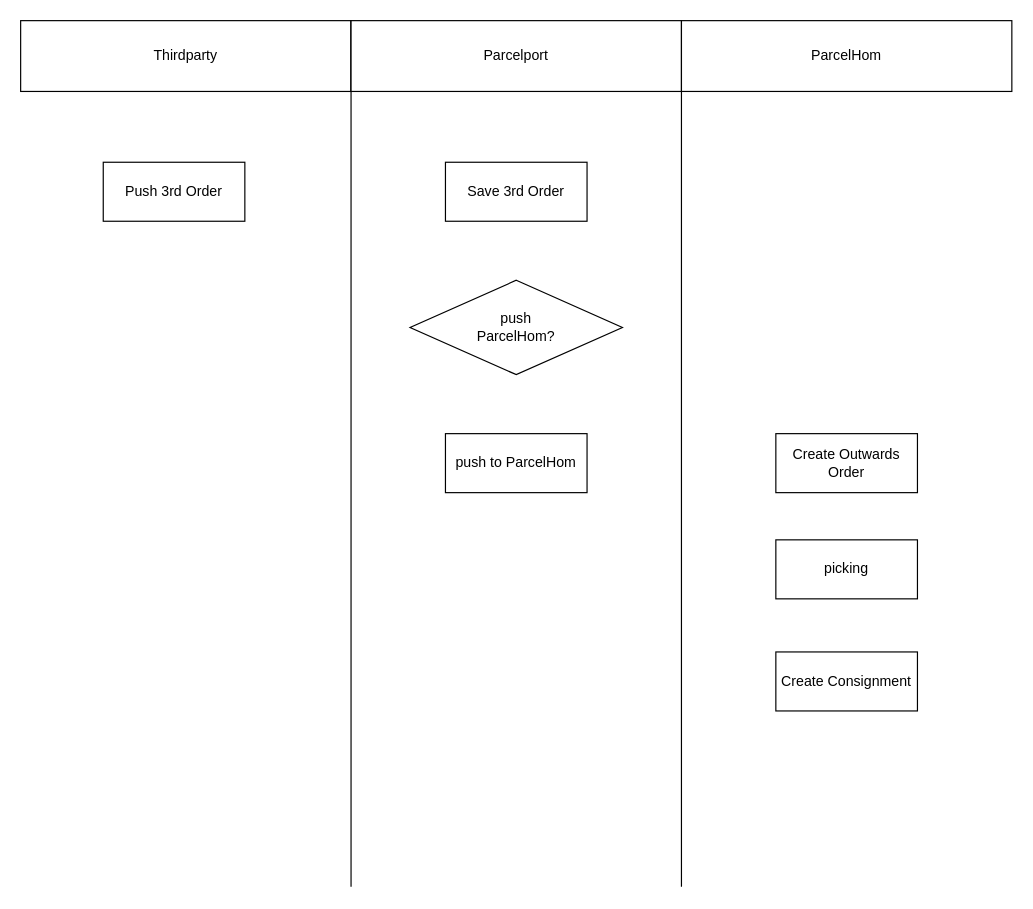
Kevin-Huang-NZ/notes keeps this draw.io diagram as draw.io/parcelhom-parcelport.drawio. Above is the earlier version. Source tidied: cells renumbered, new cells numbered last; positions are measured from the earlier drawing's top-left corner, leaving out a move shared by most shapes. Both pictures are drawn from the tidied source at 118%, with x=0, y=0 at pixel (20, 20).
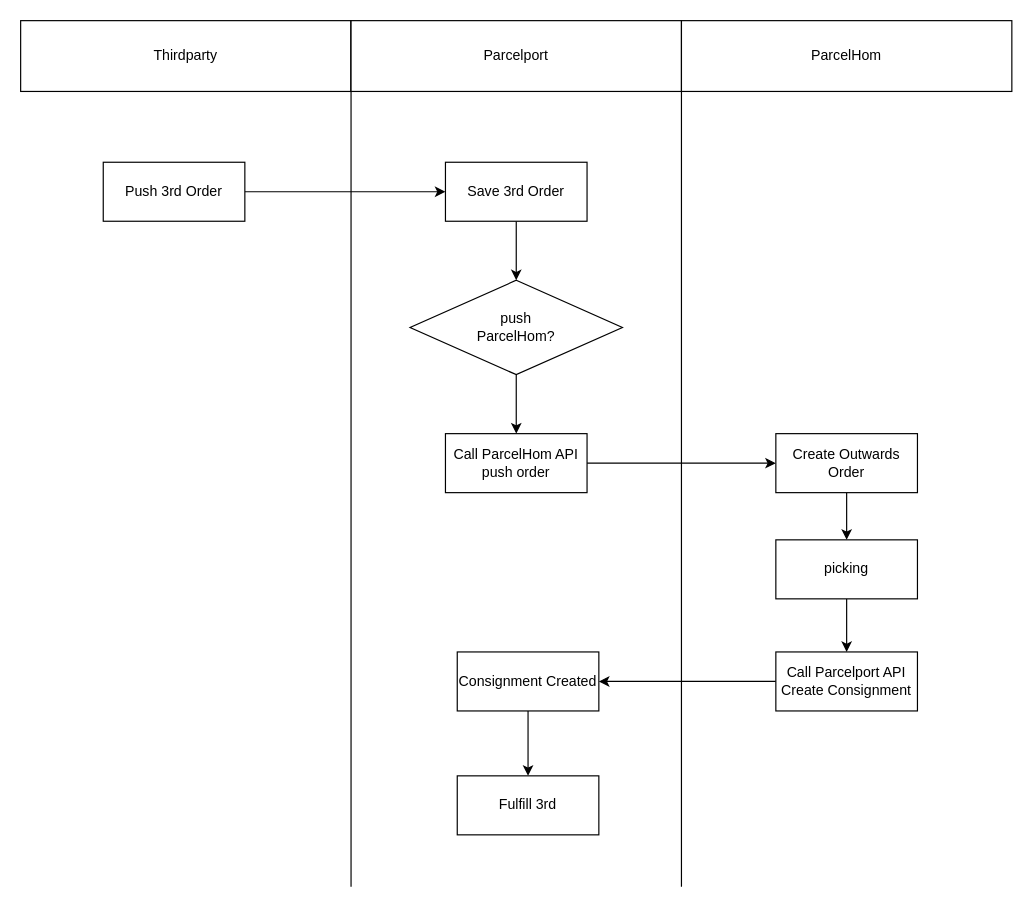
After the change.

Unchanged cells that the change refers to:
```xml
<mxCell id="7" value="Push 3rd Order" style="rounded=0;whiteSpace=wrap;html=1;" parent="1" vertex="1">
  <mxGeometry x="70" y="120" width="120" height="50" as="geometry" />
</mxCell>
<mxCell id="8" value="Save 3rd Order" style="rounded=0;whiteSpace=wrap;html=1;" parent="1" vertex="1">
  <mxGeometry x="360" y="120" width="120" height="50" as="geometry" />
</mxCell>
<mxCell id="9" value="push &lt;br&gt;ParcelHom?" style="rhombus;whiteSpace=wrap;html=1;" parent="1" vertex="1">
  <mxGeometry x="330" y="220" width="180" height="80" as="geometry" />
</mxCell>
<mxCell id="11" value="Create Outwards&lt;br&gt;Order" style="rounded=0;whiteSpace=wrap;html=1;" parent="1" vertex="1">
  <mxGeometry x="640" y="350" width="120" height="50" as="geometry" />
</mxCell>
<mxCell id="12" value="picking" style="rounded=0;whiteSpace=wrap;html=1;" parent="1" vertex="1">
  <mxGeometry x="640" y="440" width="120" height="50" as="geometry" />
</mxCell>
```

Diff of the diagram source:
```diff
@@
+    <mxCell id="14" style="edgeStyle=orthogonalEdgeStyle;rounded=0;jettySize=auto;html=1;entryX=0;entryY=0.5;entryDx=0;entryDy=0;" parent="1" edge="1" source="7" target="8">
+      <mxGeometry relative="1" as="geometry" />
+    </mxCell>
@@
+    <mxCell id="15" style="edgeStyle=orthogonalEdgeStyle;rounded=0;jettySize=auto;html=1;" parent="1" edge="1" source="8" target="9">
+      <mxGeometry relative="1" as="geometry" />
+    </mxCell>
@@
+    <mxCell id="16" style="edgeStyle=orthogonalEdgeStyle;rounded=0;jettySize=auto;html=1;" parent="1" edge="1" source="9" target="10">
+      <mxGeometry relative="1" as="geometry" />
+    </mxCell>
@@
+    <mxCell id="17" style="edgeStyle=orthogonalEdgeStyle;rounded=0;jettySize=auto;html=1;entryX=0;entryY=0.5;entryDx=0;entryDy=0;" parent="1" edge="1" source="10" target="11">
+      <mxGeometry relative="1" as="geometry" />
+    </mxCell>
-    <mxCell id="10" value="push to ParcelHom" style="rounded=0;whiteSpace=wrap;html=1;" parent="1" vertex="1">
+    <mxCell id="10" value="Call ParcelHom API&lt;br&gt;push order" style="rounded=0;whiteSpace=wrap;html=1;" parent="1" vertex="1">
       <mxGeometry x="360" y="350" width="120" height="50" as="geometry" />
     </mxCell>
+    <mxCell id="18" style="edgeStyle=orthogonalEdgeStyle;rounded=0;jettySize=auto;html=1;" parent="1" edge="1" source="11" target="12">
+      <mxGeometry relative="1" as="geometry" />
+    </mxCell>
@@
+    <mxCell id="19" style="edgeStyle=orthogonalEdgeStyle;rounded=0;jettySize=auto;html=1;" parent="1" edge="1" source="12" target="13">
+      <mxGeometry relative="1" as="geometry" />
+    </mxCell>
@@
+    <mxCell id="20" style="edgeStyle=orthogonalEdgeStyle;rounded=0;jettySize=auto;html=1;entryX=1;entryY=0.5;entryDx=0;entryDy=0;" parent="1" edge="1" source="13" target="22">
+      <mxGeometry relative="1" as="geometry" />
+    </mxCell>
-    <mxCell id="13" value="Create Consignment" style="rounded=0;whiteSpace=wrap;html=1;" parent="1" vertex="1">
+    <mxCell id="13" value="Call Parcelport API&lt;br&gt;Create Consignment" style="rounded=0;whiteSpace=wrap;html=1;" parent="1" vertex="1">
       <mxGeometry x="640" y="535" width="120" height="50" as="geometry" />
     </mxCell>
+    <mxCell id="21" style="edgeStyle=orthogonalEdgeStyle;rounded=0;jettySize=auto;html=1;" parent="1" edge="1" source="22" target="23">
+      <mxGeometry relative="1" as="geometry" />
+    </mxCell>
+    <mxCell id="22" value="Consignment Created" style="rounded=0;whiteSpace=wrap;html=1;" parent="1" vertex="1">
+      <mxGeometry x="370" y="535" width="120" height="50" as="geometry" />
+    </mxCell>
+    <mxCell id="23" value="Fulfill 3rd" style="rounded=0;whiteSpace=wrap;html=1;" parent="1" vertex="1">
+      <mxGeometry x="370" y="640" width="120" height="50" as="geometry" />
+    </mxCell>
```
